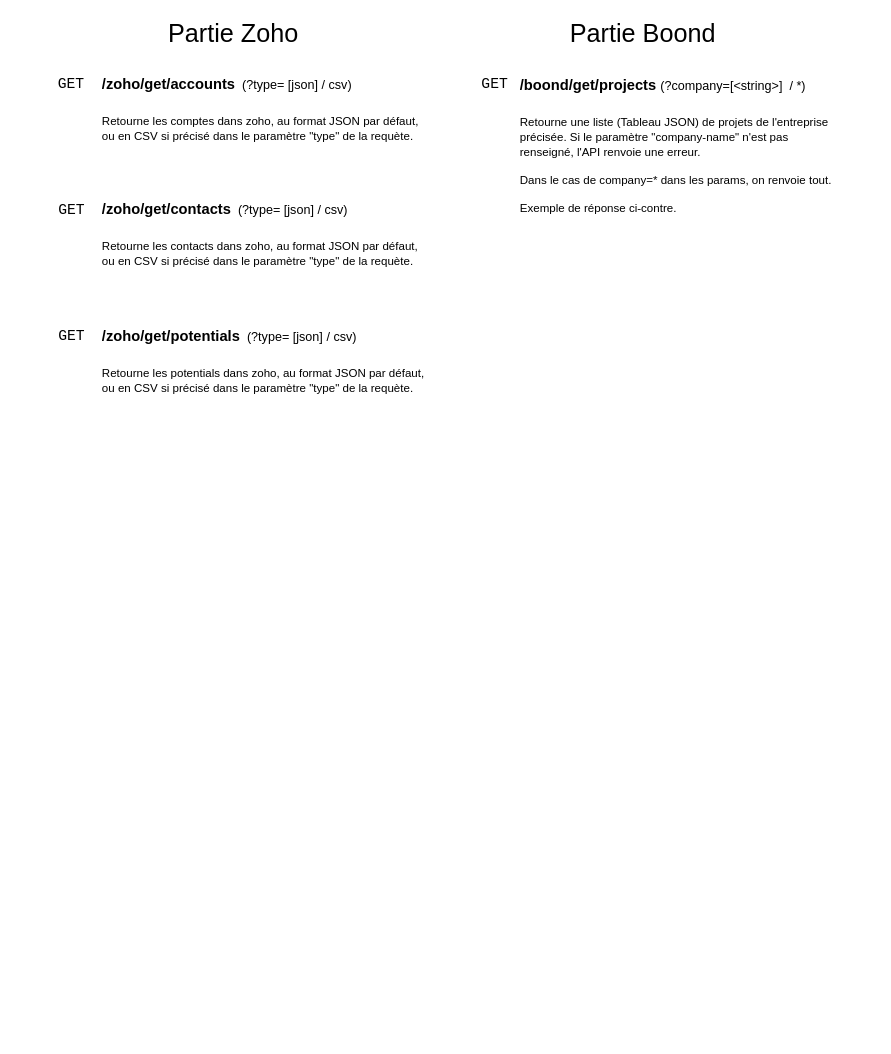
The draw.io diagram page "nomenclature_routes" (2 of 6) of diagrams/Routes & Classes.drawio in the-next-dimitri/documentation-ROBI, before the edit. Source tidied: cells renumbered, new cells numbered last; positions are measured from the earlier drawing's top-left corner, leaving out a move shared by most shapes. Both pictures are drawn from the tidied source at 105%, with x=0, y=0 at pixel (40, 18).
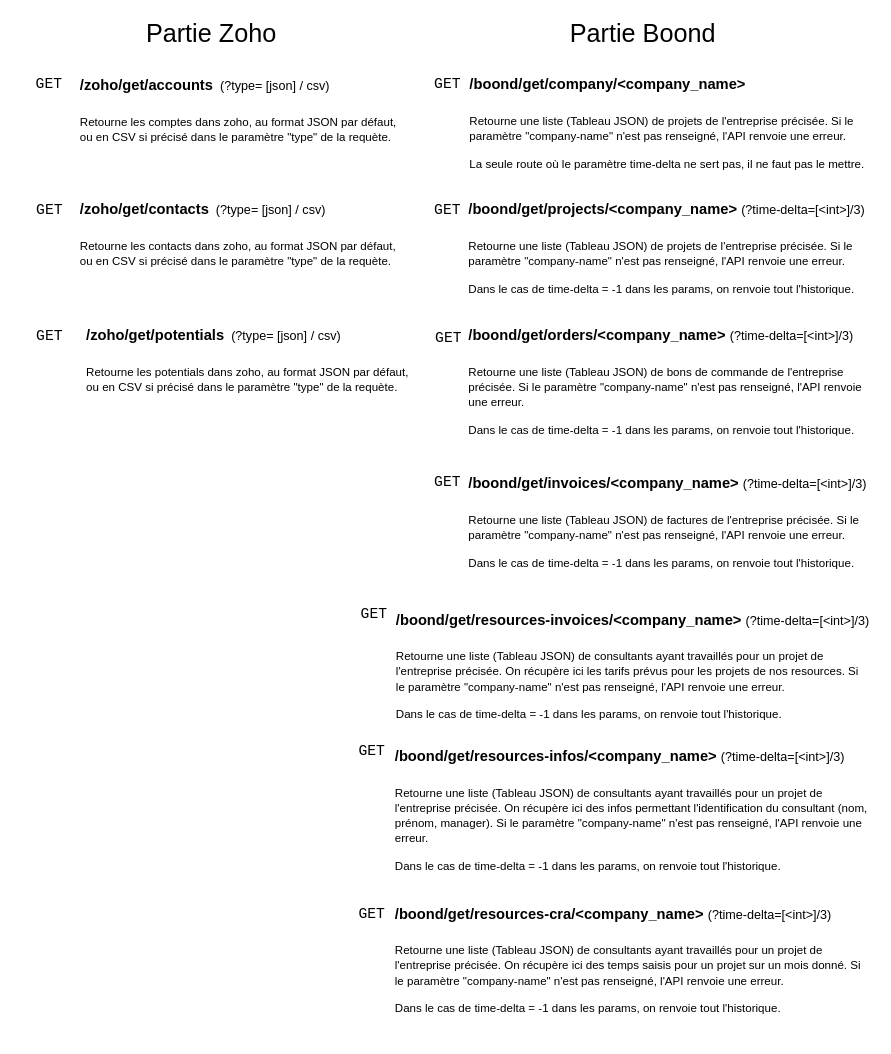
Above is the later version.

The edit, as a diff of the source:
```diff
@@
     <mxCell id="2" value="&lt;h1&gt;&lt;font style=&quot;font-size: 14px ; line-height: 1&quot;&gt;/zoho/get/accounts&lt;/font&gt; &lt;font style=&quot;font-weight: normal ; font-size: 12px&quot;&gt;(?type= [json] / csv)&lt;/font&gt;&lt;/h1&gt;&lt;p&gt;&lt;font style=&quot;font-size: 11px&quot;&gt;Retourne les comptes dans zoho, au format JSON par défaut, ou en CSV si précisé dans le paramètre &quot;type&quot; de la requète.&lt;/font&gt;&lt;/p&gt;" style="text;html=1;strokeColor=none;fillColor=none;spacing=5;spacingTop=-20;whiteSpace=wrap;overflow=hidden;rounded=0;" parent="1" vertex="1">
-      <mxGeometry x="54" y="40" width="320" height="80" as="geometry" />
+      <mxGeometry x="33" y="41" width="320" height="80" as="geometry" />
     </mxCell>
     <mxCell id="3" value="&lt;h1&gt;&lt;font style=&quot;font-size: 14px&quot;&gt;/zoho/get/contacts&lt;/font&gt;&amp;nbsp;&lt;font style=&quot;font-weight: normal ; font-size: 12px&quot;&gt;(?type= [json] / csv)&lt;/font&gt;&lt;/h1&gt;&lt;p&gt;&lt;font style=&quot;font-size: 11px&quot;&gt;Retourne les contacts dans zoho, au format JSON par défaut, ou en CSV si précisé dans le paramètre &quot;type&quot; de la requète.&lt;/font&gt;&lt;br&gt;&lt;/p&gt;" style="text;html=1;strokeColor=none;fillColor=none;spacing=5;spacingTop=-20;whiteSpace=wrap;overflow=hidden;rounded=0;" parent="1" vertex="1">
-      <mxGeometry x="54" y="159" width="310" height="80" as="geometry" />
+      <mxGeometry x="33" y="159" width="310" height="80" as="geometry" />
     </mxCell>
     <mxCell id="4" value="&lt;pre&gt;&lt;font style=&quot;font-size: 14px&quot;&gt;GET&lt;/font&gt;&lt;/pre&gt;" style="text;html=1;strokeColor=none;fillColor=none;align=center;verticalAlign=middle;whiteSpace=wrap;rounded=0;fontSize=16;" parent="1" vertex="1">
-      <mxGeometry x="5" y="50" width="49" height="26" as="geometry" />
+      <mxGeometry x="-16" y="50" width="49" height="26" as="geometry" />
     </mxCell>
     <mxCell id="5" value="&lt;pre&gt;&lt;font style=&quot;font-size: 14px&quot;&gt;GET&lt;/font&gt;&lt;/pre&gt;" style="text;html=1;strokeColor=none;fillColor=none;align=center;verticalAlign=middle;whiteSpace=wrap;rounded=0;fontSize=16;" parent="1" vertex="1">
-      <mxGeometry y="168" width="60" height="30" as="geometry" />
+      <mxGeometry x="-21" y="168" width="60" height="30" as="geometry" />
     </mxCell>
     <mxCell id="6" value="&lt;pre&gt;&lt;font style=&quot;font-size: 14px&quot;&gt;GET&lt;/font&gt;&lt;/pre&gt;" style="text;html=1;strokeColor=none;fillColor=none;align=center;verticalAlign=middle;whiteSpace=wrap;rounded=0;fontSize=16;" parent="1" vertex="1">
-      <mxGeometry x="15" y="293" width="30" height="20" as="geometry" />
+      <mxGeometry x="-6" y="293" width="30" height="20" as="geometry" />
     </mxCell>
     <mxCell id="7" value="&lt;pre&gt;&lt;font style=&quot;font-size: 14px&quot;&gt;GET&lt;/font&gt;&lt;/pre&gt;" style="text;html=1;strokeColor=none;fillColor=none;align=center;verticalAlign=middle;whiteSpace=wrap;rounded=0;fontSize=16;" parent="1" vertex="1">
-      <mxGeometry x="418" y="55" width="30" height="16" as="geometry" />
+      <mxGeometry x="373" y="55" width="30" height="16" as="geometry" />
     </mxCell>
     <mxCell id="8" value="&lt;h1&gt;&lt;font style=&quot;font-size: 14px&quot;&gt;/zoho/get/potentials&lt;/font&gt;&amp;nbsp;&lt;font style=&quot;font-weight: normal ; font-size: 12px&quot;&gt;(?type= [json] / csv)&lt;/font&gt;&lt;/h1&gt;&lt;p&gt;&lt;font style=&quot;font-size: 11px&quot;&gt;Retourne les potentials dans zoho, au format JSON par défaut, ou en CSV si précisé dans le paramètre &quot;type&quot; de la requète.&lt;/font&gt;&lt;br&gt;&lt;/p&gt;" style="text;html=1;strokeColor=none;fillColor=none;spacing=5;spacingTop=-20;whiteSpace=wrap;overflow=hidden;rounded=0;" parent="1" vertex="1">
-      <mxGeometry x="54" y="280" width="320" height="80" as="geometry" />
+      <mxGeometry x="39" y="279" width="320" height="80" as="geometry" />
     </mxCell>
-    <mxCell id="9" value="&lt;h1&gt;&lt;font style=&quot;font-size: 14px&quot;&gt;/boond/get/projects&amp;nbsp;&lt;/font&gt;&lt;font style=&quot;font-weight: normal ; font-size: 12px&quot;&gt;(?company=[&amp;lt;string&amp;gt;]&amp;nbsp; / *)&lt;/font&gt;&lt;/h1&gt;&lt;p&gt;&lt;font style=&quot;font-size: 11px&quot;&gt;Retourne une liste (Tableau JSON) de projets de l'entreprise précisée. Si le paramètre &quot;company-name&quot; n'est pas renseigné, l'API renvoie une erreur.&lt;/font&gt;&lt;/p&gt;&lt;p&gt;&lt;font style=&quot;font-size: 11px&quot;&gt;Dans le cas de company=* dans les params, on renvoie tout.&lt;/font&gt;&lt;/p&gt;&lt;p&gt;&lt;font style=&quot;font-size: 11px&quot;&gt;Exemple de réponse ci-contre.&lt;/font&gt;&lt;/p&gt;&lt;p&gt;&lt;br&gt;&lt;/p&gt;" style="text;html=1;strokeColor=none;fillColor=none;spacing=5;spacingTop=-20;whiteSpace=wrap;overflow=hidden;rounded=0;" parent="1" vertex="1">
-      <mxGeometry x="452" y="41" width="310" height="150" as="geometry" />
+    <mxCell id="9" value="&lt;p style=&quot;line-height: 1&quot;&gt;&lt;/p&gt;&lt;h1&gt;&lt;font style=&quot;font-size: 14px&quot;&gt;/boond/get/projects/&amp;lt;company_name&amp;gt;&amp;nbsp;&lt;/font&gt;&lt;font style=&quot;font-weight: normal ; font-size: 12px&quot;&gt;(?time-delta=[&amp;lt;int&amp;gt;]/3)&lt;/font&gt;&lt;/h1&gt;&lt;p&gt;&lt;font style=&quot;font-size: 11px&quot;&gt;Retourne une liste (Tableau JSON) de projets de l'entreprise précisée. Si le paramètre &quot;company-name&quot; n'est pas renseigné, l'API renvoie une erreur.&lt;/font&gt;&lt;/p&gt;&lt;p&gt;&lt;font style=&quot;font-size: 11px&quot;&gt;Dans le cas de time-delta = -1 dans les params, on renvoie tout l'historique.&lt;/font&gt;&lt;/p&gt;&lt;p&gt;&lt;/p&gt;" style="text;html=1;strokeColor=none;fillColor=none;spacing=5;spacingTop=-20;whiteSpace=wrap;overflow=hidden;rounded=0;" parent="1" vertex="1">
+      <mxGeometry x="403" y="159" width="390" height="119" as="geometry" />
     </mxCell>
     <mxCell id="10" value="&lt;font style=&quot;font-size: 24px&quot;&gt;Partie Zoho&lt;/font&gt;" style="text;html=1;strokeColor=none;fillColor=none;align=center;verticalAlign=middle;whiteSpace=wrap;rounded=0;fontSize=11;" parent="1" vertex="1">
-      <mxGeometry x="94" width="180" height="30" as="geometry" />
+      <mxGeometry x="73" width="180" height="30" as="geometry" />
     </mxCell>
@@
+    <mxCell id="12" value="&lt;p style=&quot;line-height: 1&quot;&gt;&lt;/p&gt;&lt;h1&gt;&lt;font style=&quot;font-size: 14px&quot;&gt;/boond/get/orders/&amp;lt;company_name&amp;gt;&amp;nbsp;&lt;/font&gt;&lt;font style=&quot;font-weight: normal ; font-size: 12px&quot;&gt;(?time-delta=[&amp;lt;int&amp;gt;]/3)&lt;/font&gt;&lt;/h1&gt;&lt;p&gt;&lt;font style=&quot;font-size: 11px&quot;&gt;Retourne une liste (Tableau JSON) de bons de commande de l'entreprise précisée. Si le paramètre &quot;company-name&quot; n'est pas renseigné, l'API renvoie une erreur.&lt;/font&gt;&lt;/p&gt;&lt;p&gt;&lt;font style=&quot;font-size: 11px&quot;&gt;Dans le cas de time-delta = -1 dans les params, on renvoie tout l'historique.&lt;/font&gt;&lt;/p&gt;&lt;p&gt;&lt;/p&gt;" style="text;html=1;strokeColor=none;fillColor=none;spacing=5;spacingTop=-20;whiteSpace=wrap;overflow=hidden;rounded=0;" parent="1" vertex="1">
+      <mxGeometry x="403" y="279" width="390" height="119" as="geometry" />
+    </mxCell>
+    <mxCell id="13" value="&lt;p style=&quot;line-height: 1&quot;&gt;&lt;/p&gt;&lt;h1&gt;&lt;font style=&quot;font-size: 14px&quot;&gt;/boond/get/invoices/&amp;lt;company_name&amp;gt;&amp;nbsp;&lt;/font&gt;&lt;font style=&quot;font-weight: normal ; font-size: 12px&quot;&gt;(?time-delta=[&amp;lt;int&amp;gt;]/3)&lt;/font&gt;&lt;/h1&gt;&lt;p&gt;&lt;font style=&quot;font-size: 11px&quot;&gt;Retourne une liste (Tableau JSON) de factures de l'entreprise précisée. Si le paramètre &quot;company-name&quot; n'est pas renseigné, l'API renvoie une erreur.&lt;/font&gt;&lt;/p&gt;&lt;p&gt;&lt;font style=&quot;font-size: 11px&quot;&gt;Dans le cas de time-delta = -1 dans les params, on renvoie tout l'historique.&lt;/font&gt;&lt;/p&gt;&lt;p&gt;&lt;/p&gt;" style="text;html=1;strokeColor=none;fillColor=none;spacing=5;spacingTop=-20;whiteSpace=wrap;overflow=hidden;rounded=0;" parent="1" vertex="1">
+      <mxGeometry x="403" y="420" width="390" height="119" as="geometry" />
+    </mxCell>
+    <mxCell id="14" value="&lt;p style=&quot;line-height: 1&quot;&gt;&lt;/p&gt;&lt;h1&gt;&lt;font style=&quot;font-size: 14px&quot;&gt;/boond/get/company/&amp;lt;company_name&amp;gt;&amp;nbsp;&lt;/font&gt;&lt;/h1&gt;&lt;p&gt;&lt;font style=&quot;font-size: 11px&quot;&gt;Retourne une liste (Tableau JSON) de projets de l'entreprise précisée. Si le paramètre &quot;company-name&quot; n'est pas renseigné, l'API renvoie une erreur.&lt;/font&gt;&lt;/p&gt;&lt;p&gt;&lt;span style=&quot;font-size: 11px&quot;&gt;La seule route où le paramètre time-delta ne sert pas, il ne faut pas le mettre.&lt;/span&gt;&lt;/p&gt;&lt;p&gt;&lt;/p&gt;" style="text;html=1;strokeColor=none;fillColor=none;spacing=5;spacingTop=-20;whiteSpace=wrap;overflow=hidden;rounded=0;" parent="1" vertex="1">
+      <mxGeometry x="404" y="40" width="390" height="119" as="geometry" />
+    </mxCell>
+    <mxCell id="15" value="&lt;p style=&quot;line-height: 1&quot;&gt;&lt;/p&gt;&lt;h1&gt;&lt;font style=&quot;font-size: 14px&quot;&gt;/boond/get/resources-invoices/&amp;lt;company_name&amp;gt;&amp;nbsp;&lt;/font&gt;&lt;font style=&quot;font-weight: normal ; font-size: 12px&quot;&gt;(?time-delta=[&amp;lt;int&amp;gt;]/3)&lt;/font&gt;&lt;/h1&gt;&lt;p&gt;&lt;font style=&quot;font-size: 11px&quot;&gt;Retourne une liste (Tableau JSON) de consultants ayant travaillés pour un projet de l'entreprise précisée. On récupère ici les tarifs prévus pour les projets de nos resources. Si le paramètre &quot;company-name&quot; n'est pas renseigné, l'API renvoie une erreur.&lt;/font&gt;&lt;/p&gt;&lt;p&gt;&lt;font style=&quot;font-size: 11px&quot;&gt;Dans le cas de time-delta = -1 dans les params, on renvoie tout l'historique.&lt;/font&gt;&lt;/p&gt;&lt;p&gt;&lt;/p&gt;" style="text;html=1;strokeColor=none;fillColor=none;spacing=5;spacingTop=-20;whiteSpace=wrap;overflow=hidden;rounded=0;" parent="1" vertex="1">
+      <mxGeometry x="334" y="550" width="460" height="130" as="geometry" />
+    </mxCell>
+    <mxCell id="16" value="&lt;p style=&quot;line-height: 1&quot;&gt;&lt;/p&gt;&lt;h1&gt;&lt;font style=&quot;font-size: 14px&quot;&gt;/boond/get/resources-infos/&amp;lt;company_name&amp;gt;&amp;nbsp;&lt;/font&gt;&lt;font style=&quot;font-weight: normal ; font-size: 12px&quot;&gt;(?time-delta=[&amp;lt;int&amp;gt;]/3)&lt;/font&gt;&lt;/h1&gt;&lt;p&gt;&lt;font style=&quot;font-size: 11px&quot;&gt;Retourne une liste (Tableau JSON) de consultants ayant travaillés pour un projet de l'entreprise précisée. On récupère ici des infos permettant l'identification du consultant (nom, prénom, manager). Si le paramètre &quot;company-name&quot; n'est pas renseigné, l'API renvoie une erreur.&lt;/font&gt;&lt;/p&gt;&lt;p&gt;&lt;font style=&quot;font-size: 11px&quot;&gt;Dans le cas de time-delta = -1 dans les params, on renvoie tout l'historique.&lt;/font&gt;&lt;/p&gt;&lt;p&gt;&lt;/p&gt;" style="text;html=1;strokeColor=none;fillColor=none;spacing=5;spacingTop=-20;whiteSpace=wrap;overflow=hidden;rounded=0;" parent="1" vertex="1">
+      <mxGeometry x="333" y="680" width="460" height="140" as="geometry" />
+    </mxCell>
+    <mxCell id="17" value="&lt;p style=&quot;line-height: 1&quot;&gt;&lt;/p&gt;&lt;h1&gt;&lt;font style=&quot;font-size: 14px&quot;&gt;/boond/get/resources-cra/&amp;lt;company_name&amp;gt;&amp;nbsp;&lt;/font&gt;&lt;font style=&quot;font-weight: normal ; font-size: 12px&quot;&gt;(?time-delta=[&amp;lt;int&amp;gt;]/3)&lt;/font&gt;&lt;/h1&gt;&lt;p&gt;&lt;font style=&quot;font-size: 11px&quot;&gt;Retourne une liste (Tableau JSON) de consultants ayant travaillés pour un projet de l'entreprise précisée. On récupère ici des temps saisis pour un projet sur un mois donné. Si le paramètre &quot;company-name&quot; n'est pas renseigné, l'API renvoie une erreur.&lt;/font&gt;&lt;/p&gt;&lt;p&gt;&lt;font style=&quot;font-size: 11px&quot;&gt;Dans le cas de time-delta = -1 dans les params, on renvoie tout l'historique.&lt;/font&gt;&lt;/p&gt;&lt;p&gt;&lt;/p&gt;" style="text;html=1;strokeColor=none;fillColor=none;spacing=5;spacingTop=-20;whiteSpace=wrap;overflow=hidden;rounded=0;" parent="1" vertex="1">
+      <mxGeometry x="333" y="830" width="460" height="140" as="geometry" />
+    </mxCell>
+    <mxCell id="18" value="&lt;pre&gt;&lt;font style=&quot;font-size: 14px&quot;&gt;GET&lt;/font&gt;&lt;/pre&gt;" style="text;html=1;strokeColor=none;fillColor=none;align=center;verticalAlign=middle;whiteSpace=wrap;rounded=0;fontSize=16;" parent="1" vertex="1">
+      <mxGeometry x="301" y="845" width="30" height="16" as="geometry" />
+    </mxCell>
+    <mxCell id="19" value="&lt;pre&gt;&lt;font style=&quot;font-size: 14px&quot;&gt;GET&lt;/font&gt;&lt;/pre&gt;" style="text;html=1;strokeColor=none;fillColor=none;align=center;verticalAlign=middle;whiteSpace=wrap;rounded=0;fontSize=16;" parent="1" vertex="1">
+      <mxGeometry x="303" y="560" width="30" height="16" as="geometry" />
+    </mxCell>
+    <mxCell id="20" value="&lt;pre&gt;&lt;font style=&quot;font-size: 14px&quot;&gt;GET&lt;/font&gt;&lt;/pre&gt;" style="text;html=1;strokeColor=none;fillColor=none;align=center;verticalAlign=middle;whiteSpace=wrap;rounded=0;fontSize=16;" parent="1" vertex="1">
+      <mxGeometry x="301" y="690" width="30" height="16" as="geometry" />
+    </mxCell>
+    <mxCell id="21" value="&lt;pre&gt;&lt;font style=&quot;font-size: 14px&quot;&gt;GET&lt;/font&gt;&lt;/pre&gt;" style="text;html=1;strokeColor=none;fillColor=none;align=center;verticalAlign=middle;whiteSpace=wrap;rounded=0;fontSize=16;" parent="1" vertex="1">
+      <mxGeometry x="373" y="434" width="30" height="16" as="geometry" />
+    </mxCell>
+    <mxCell id="22" value="&lt;pre&gt;&lt;font style=&quot;font-size: 14px&quot;&gt;GET&lt;/font&gt;&lt;/pre&gt;" style="text;html=1;strokeColor=none;fillColor=none;align=center;verticalAlign=middle;whiteSpace=wrap;rounded=0;fontSize=16;" parent="1" vertex="1">
+      <mxGeometry x="374" y="297" width="30" height="16" as="geometry" />
+    </mxCell>
+    <mxCell id="23" value="&lt;pre&gt;&lt;font style=&quot;font-size: 14px&quot;&gt;GET&lt;/font&gt;&lt;/pre&gt;" style="text;html=1;strokeColor=none;fillColor=none;align=center;verticalAlign=middle;whiteSpace=wrap;rounded=0;fontSize=16;" parent="1" vertex="1">
+      <mxGeometry x="373" y="175" width="30" height="16" as="geometry" />
+    </mxCell>
```
